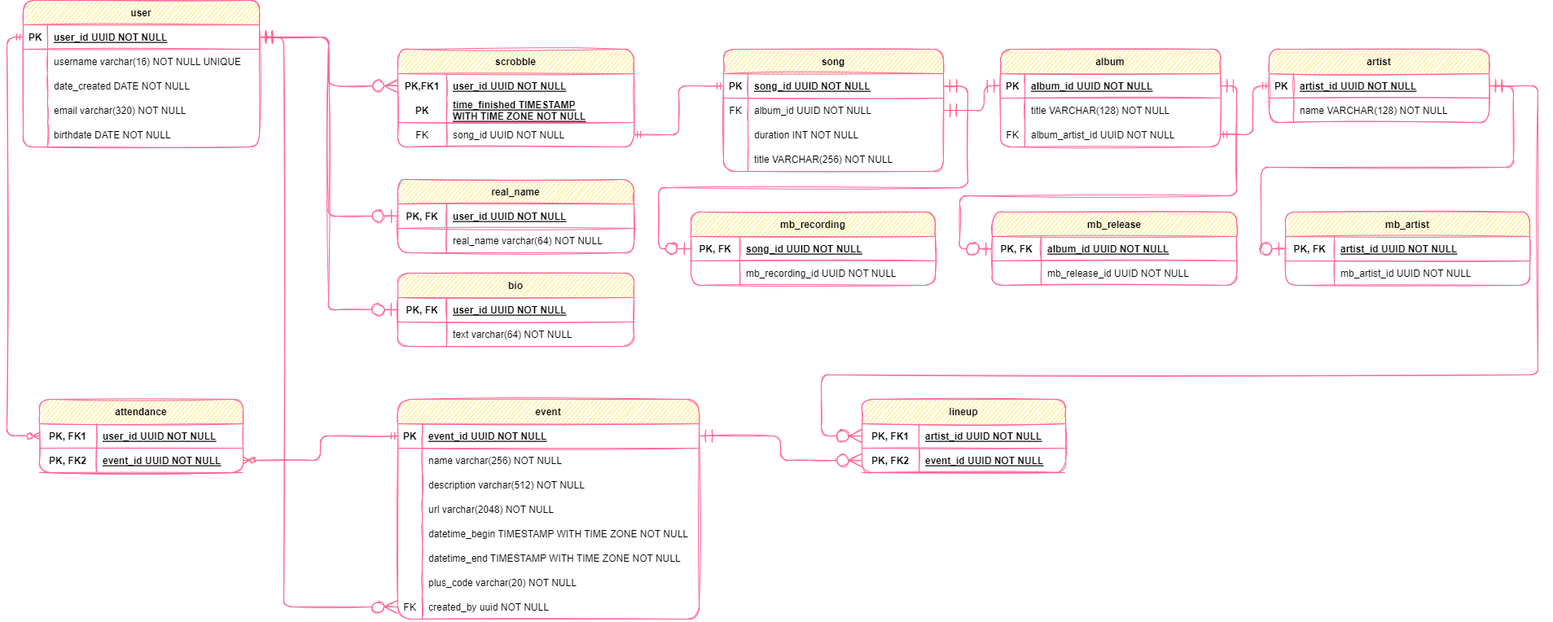
Above: schema/esquema_relacional.png in Salies/voxlog (draw.io), before the change. Source tidied: cells renumbered, new cells last; positions are measured from the earlier drawing's top-left corner, leaving out a move shared by most shapes.
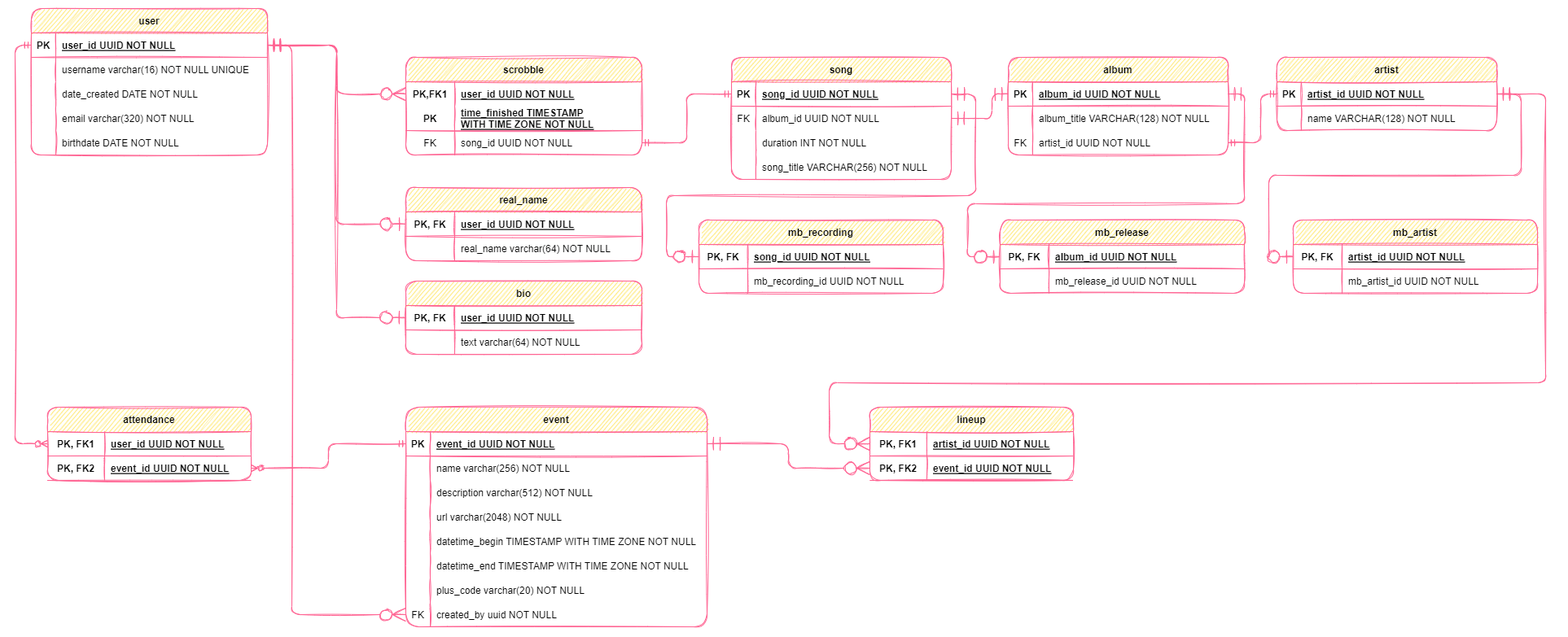
After the commit.

Diff of the diagram source:
```diff
@@ -158,7 +158,7 @@
     <mxCell id="53" style="shape=partialRectangle;fillColor=none;top=0;left=0;bottom=0;right=0;overflow=hidden;strokeColor=#FF6392;rounded=1;fontColor=#000000;sketch=1;" parent="52" vertex="1">
       <mxGeometry width="30" height="30" as="geometry" />
     </mxCell>
-    <mxCell id="54" value="title VARCHAR(256) NOT NULL" style="shape=partialRectangle;fillColor=none;top=0;left=0;bottom=0;right=0;align=left;spacingLeft=6;overflow=hidden;strokeColor=#FF6392;rounded=1;fontColor=#000000;sketch=1;" parent="52" vertex="1">
+    <mxCell id="54" value="song_title VARCHAR(256) NOT NULL" style="shape=partialRectangle;fillColor=none;top=0;left=0;bottom=0;right=0;align=left;spacingLeft=6;overflow=hidden;strokeColor=#FF6392;rounded=1;fontColor=#000000;sketch=1;" parent="52" vertex="1">
       <mxGeometry x="30" width="240" height="30" as="geometry" />
     </mxCell>
     <mxCell id="55" value="album" style="shape=table;startSize=30;rowLines=0;fontStyle=1;align=center;strokeColor=#FF6392;rounded=1;fillColor=#FFE45E;fontColor=#000000;sketch=1;" parent="1" vertex="1">
@@ -179,7 +179,7 @@
     <mxCell id="60" style="shape=partialRectangle;fillColor=none;top=0;left=0;bottom=0;right=0;overflow=hidden;strokeColor=#FF6392;rounded=1;fontColor=#000000;sketch=1;" parent="59" vertex="1">
       <mxGeometry width="30" height="30" as="geometry" />
     </mxCell>
-    <mxCell id="61" value="title VARCHAR(128) NOT NULL" style="shape=partialRectangle;fillColor=none;top=0;left=0;bottom=0;right=0;align=left;spacingLeft=6;overflow=hidden;strokeColor=#FF6392;rounded=1;fontColor=#000000;sketch=1;" parent="59" vertex="1">
+    <mxCell id="61" value="album_title VARCHAR(128) NOT NULL" style="shape=partialRectangle;fillColor=none;top=0;left=0;bottom=0;right=0;align=left;spacingLeft=6;overflow=hidden;strokeColor=#FF6392;rounded=1;fontColor=#000000;sketch=1;" parent="59" vertex="1">
       <mxGeometry x="30" width="240" height="30" as="geometry" />
     </mxCell>
     <mxCell id="62" style="shape=tableRow;horizontal=0;startSize=0;swimlaneHead=0;swimlaneBody=0;fillColor=none;points=[[0,0.5],[1,0.5]];portConstraint=eastwest;top=0;left=0;right=0;bottom=0;strokeColor=#FF6392;rounded=1;fontColor=#000000;sketch=1;" parent="55" vertex="1">
@@ -188,7 +188,7 @@
     <mxCell id="63" value="FK" style="shape=partialRectangle;fillColor=none;top=0;left=0;bottom=0;right=0;overflow=hidden;strokeColor=#FF6392;rounded=1;fontColor=#000000;sketch=1;" parent="62" vertex="1">
       <mxGeometry width="30" height="30" as="geometry" />
     </mxCell>
-    <mxCell id="64" value="album_artist_id UUID NOT NULL" style="shape=partialRectangle;fillColor=none;top=0;left=0;bottom=0;right=0;align=left;spacingLeft=6;overflow=hidden;strokeColor=#FF6392;rounded=1;fontColor=#000000;sketch=1;" parent="62" vertex="1">
+    <mxCell id="64" value="artist_id UUID NOT NULL" style="shape=partialRectangle;fillColor=none;top=0;left=0;bottom=0;right=0;align=left;spacingLeft=6;overflow=hidden;strokeColor=#FF6392;rounded=1;fontColor=#000000;sketch=1;" parent="62" vertex="1">
       <mxGeometry x="30" width="240" height="30" as="geometry" />
     </mxCell>
     <mxCell id="65" value="artist" style="shape=table;startSize=30;rowLines=0;fontStyle=1;align=center;strokeColor=#FF6392;rounded=1;fillColor=#FFE45E;fontColor=#000000;sketch=1;" parent="1" vertex="1">
```
